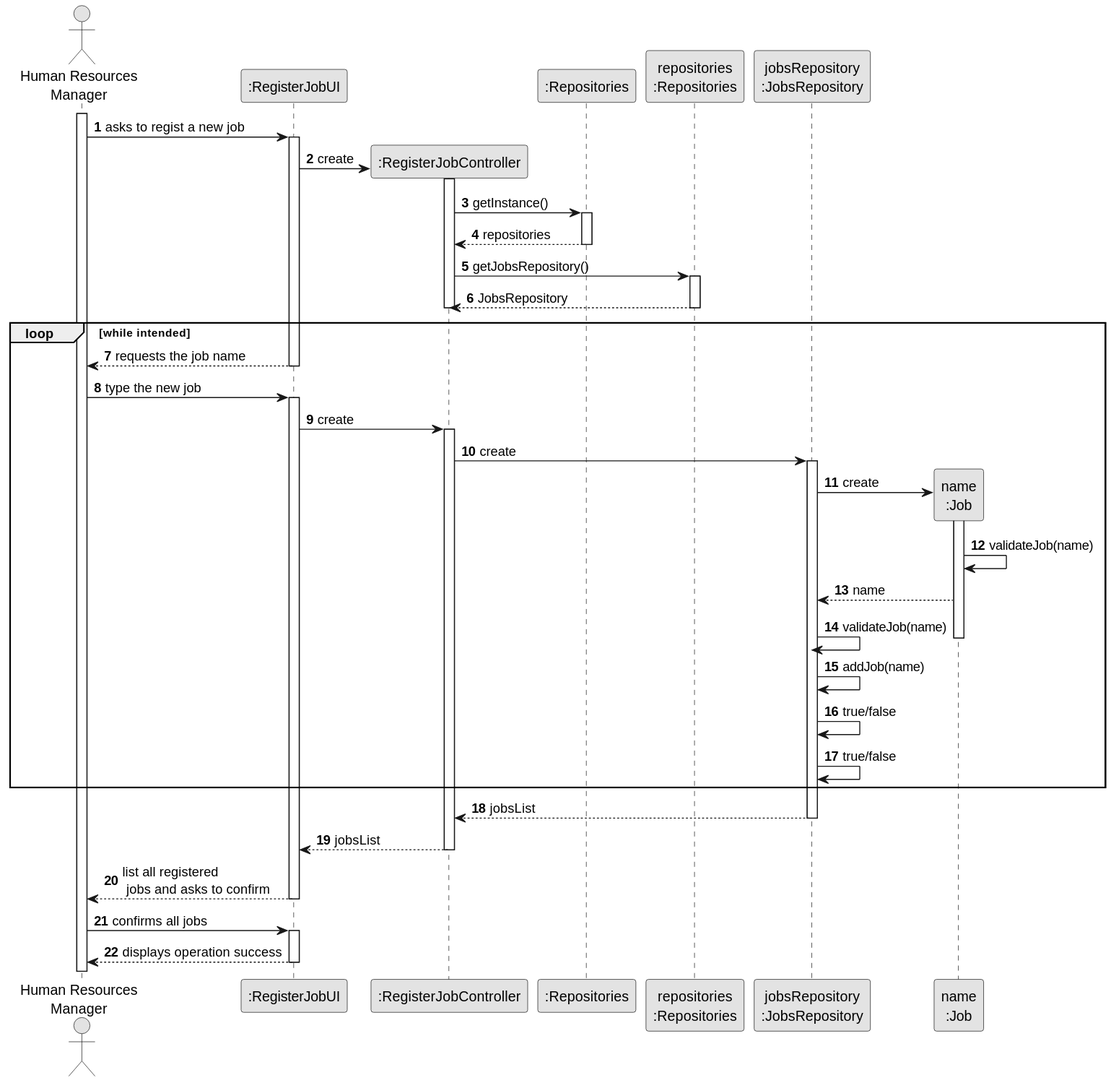
Earlier version of the PlantUML export docs/sprint2/us002/03.design/svg/us002-sequence-diagram-full.svg (1231360-ISEP/lei-24-s2-1db-g021).
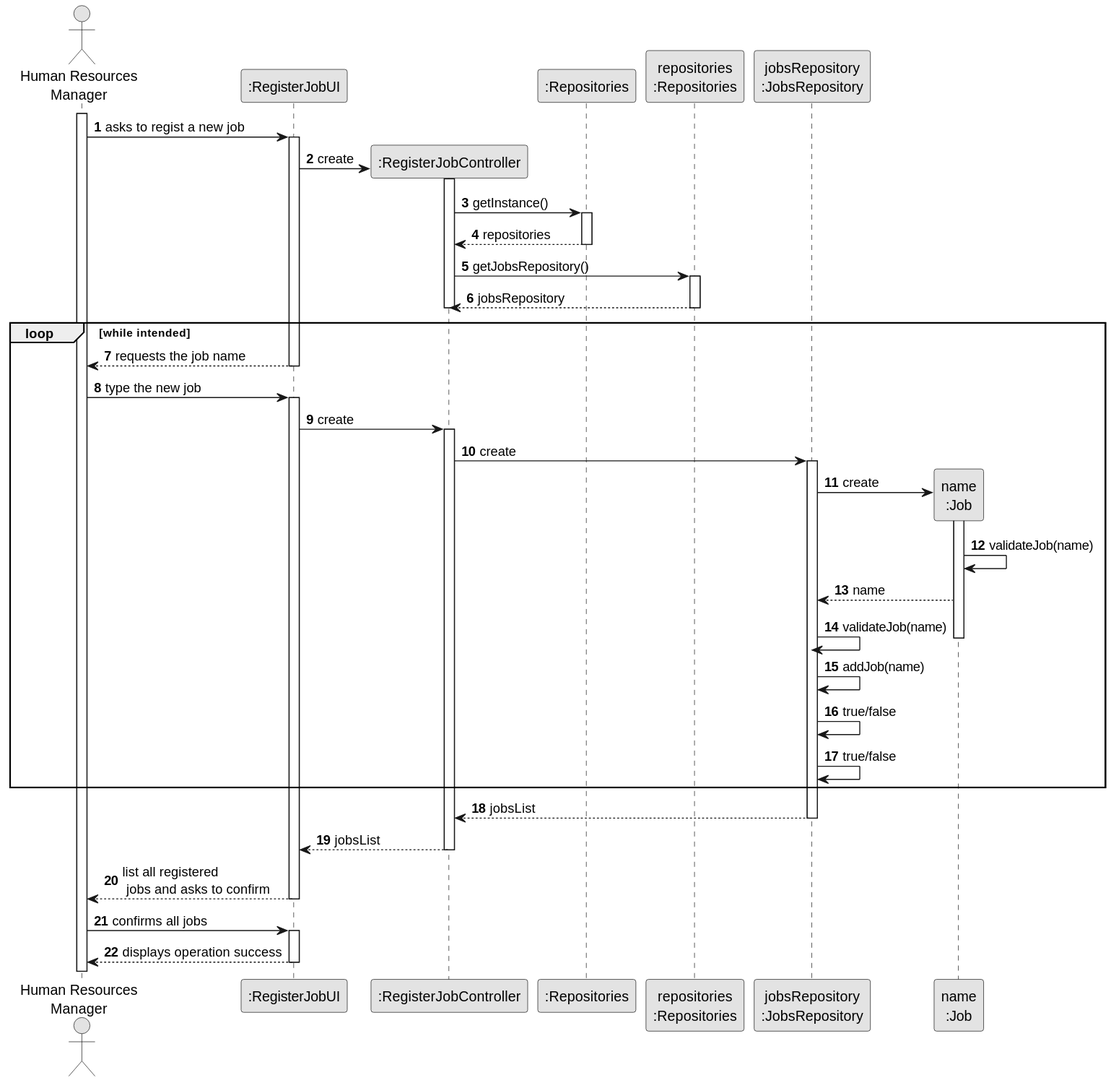
After the change.

What changed in the source:
```diff
@@ -31,7 +31,7 @@
         CTRL -> PLAT : getJobsRepository()
         activate PLAT
 
-            PLAT --> CTRL: JobsRepository
+            PLAT --> CTRL: jobsRepository
         deactivate PLAT
 
         deactivate CTRL
```
